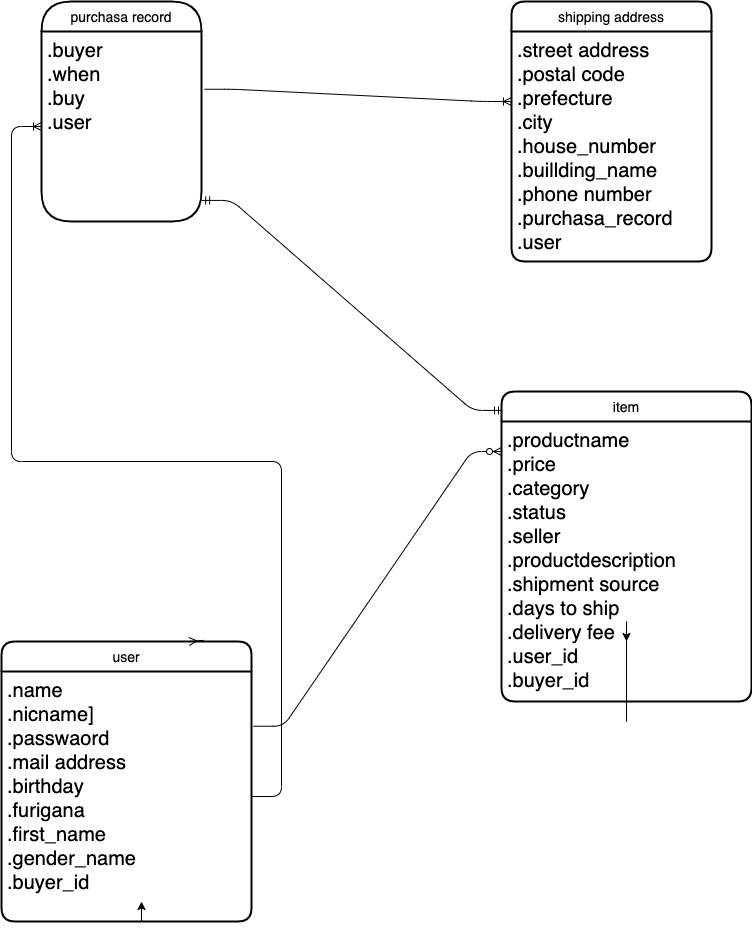
gakigakigakigakigaki/furima-31878 keeps this draw.io diagram as test.drawio.png. Above is the earlier version. Source tidied: cells renumbered, new cells last; positions are measured from the earlier drawing's top-left corner, leaving out a move shared by most shapes.
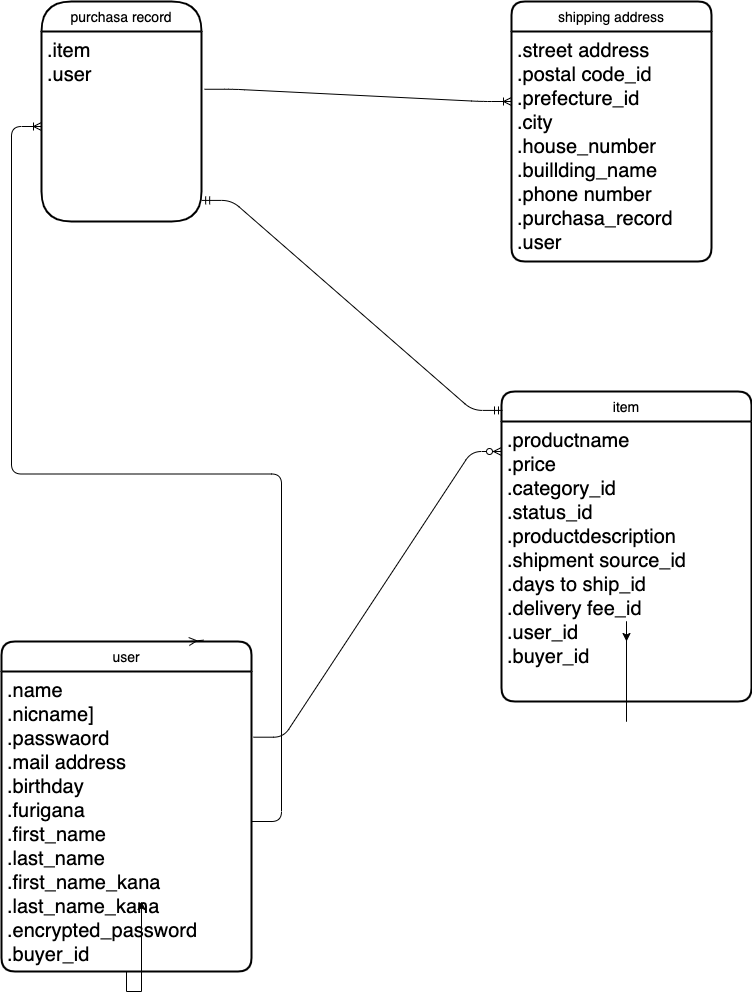
After the change.

Commit message:
テーブルとカラムの修正２

Diff of the diagram source:
```diff
@@ -5,7 +5,7 @@
     <mxCell id="2" value="item" style="swimlane;horizontal=1;startSize=30;rounded=1;fontSize=14;fontStyle=0;strokeWidth=2;shadow=0;dashed=0;align=center;" parent="1" vertex="1">
       <mxGeometry x="500" y="390" width="250" height="310" as="geometry" />
     </mxCell>
-    <mxCell id="3" value=".productname&#10;.price&#10;.category&#10;.status&#10;.seller&#10;.productdescription&#10;.shipment source&#10;.days to ship&#10;.delivery fee&#10;.user_id&#10;.buyer_id&#10;" style="align=left;strokeColor=none;fillColor=none;spacingLeft=4;fontSize=20;verticalAlign=top;" parent="2" vertex="1">
+    <mxCell id="3" value=".productname&#10;.price&#10;.category_id&#10;.status_id&#10;.productdescription&#10;.shipment source_id&#10;.days to ship_id&#10;.delivery fee_id&#10;.user_id&#10;.buyer_id&#10;" style="align=left;strokeColor=none;fillColor=none;spacingLeft=4;fontSize=20;verticalAlign=top;" parent="2" vertex="1">
       <mxGeometry y="30" width="250" height="280" as="geometry" />
     </mxCell>
     <mxCell id="4" style="edgeStyle=orthogonalEdgeStyle;rounded=0;jettySize=auto;html=1;exitX=0.5;exitY=1;exitDx=0;exitDy=0;fontSize=20;" parent="1" edge="1" source="3">
@@ -16,13 +16,13 @@
     <mxCell id="5" value="purchasa record" style="swimlane;horizontal=1;startSize=30;rounded=1;fontSize=14;fontStyle=0;strokeWidth=2;shadow=0;dashed=0;align=center;arcSize=50;" parent="1" vertex="1">
       <mxGeometry x="40" width="160" height="220" as="geometry" />
     </mxCell>
-    <mxCell id="6" value=".buyer&#10;.when&#10;.buy&#10;.user" style="align=left;strokeColor=none;fillColor=none;spacingLeft=4;fontSize=20;verticalAlign=top;" parent="5" vertex="1">
+    <mxCell id="6" value=".item&#10;.user" style="align=left;strokeColor=none;fillColor=none;spacingLeft=4;fontSize=20;verticalAlign=top;" parent="5" vertex="1">
       <mxGeometry y="30" width="160" height="190" as="geometry" />
     </mxCell>
     <mxCell id="7" value="shipping address" style="swimlane;horizontal=1;startSize=30;rounded=1;fontSize=14;fontStyle=0;strokeWidth=2;shadow=0;dashed=0;align=center;" parent="1" vertex="1">
       <mxGeometry x="510" width="200" height="260" as="geometry" />
     </mxCell>
-    <mxCell id="8" value=".street address&#10;.postal code&#10;.prefecture&#10;.city&#10;.house_number&#10;.buillding_name&#10;.phone number&#10;.purchasa_record&#10;.user" style="align=left;strokeColor=none;fillColor=none;spacingLeft=4;fontSize=20;verticalAlign=top;" parent="7" vertex="1">
+    <mxCell id="8" value=".street address&#10;.postal code_id&#10;.prefecture_id&#10;.city&#10;.house_number&#10;.buillding_name&#10;.phone number&#10;.purchasa_record&#10;.user" style="align=left;strokeColor=none;fillColor=none;spacingLeft=4;fontSize=20;verticalAlign=top;" parent="7" vertex="1">
       <mxGeometry y="30" width="200" height="230" as="geometry" />
     </mxCell>
     <mxCell id="9" style="edgeStyle=entityRelationEdgeStyle;fontSize=12;html=1;endArrow=ERzeroToMany;endFill=1;exitX=1.008;exitY=0.219;exitDx=0;exitDy=0;exitPerimeter=0;" parent="1" edge="1" source="11">
@@ -31,10 +31,10 @@
       </mxGeometry>
     </mxCell>
     <mxCell id="10" value="user" style="swimlane;horizontal=1;startSize=30;rounded=1;fontSize=14;fontStyle=0;strokeWidth=2;shadow=0;dashed=0;align=center;" parent="1" vertex="1">
-      <mxGeometry y="640" width="250" height="280" as="geometry" />
+      <mxGeometry y="640" width="250" height="330" as="geometry" />
     </mxCell>
-    <mxCell id="11" value=".name&#10;.nicname]&#10;.passwaord&#10;.mail address&#10;.birthday&#10;.furigana&#10;.first_name&#10;.gender_name&#10;.buyer_id" style="align=left;strokeColor=none;fillColor=none;spacingLeft=4;fontSize=20;verticalAlign=top;" parent="10" vertex="1">
-      <mxGeometry y="30" width="250" height="250" as="geometry" />
+    <mxCell id="11" value=".name&#10;.nicname]&#10;.passwaord&#10;.mail address&#10;.birthday&#10;.furigana&#10;.first_name&#10;.last_name&#10;.first_name_kana&#10;.last_name_kana&#10;.encrypted_password&#10;.buyer_id" style="align=left;strokeColor=none;fillColor=none;spacingLeft=4;fontSize=20;verticalAlign=top;" parent="10" vertex="1">
+      <mxGeometry y="30" width="250" height="300" as="geometry" />
     </mxCell>
     <mxCell id="12" style="edgeStyle=entityRelationEdgeStyle;fontSize=12;html=1;endArrow=ERmany;entryX=0.75;entryY=0;entryDx=0;entryDy=0;exitX=0.808;exitY=-0.004;exitDx=0;exitDy=0;exitPerimeter=0;" parent="1" edge="1" source="10" target="10">
       <mxGeometry relative="1" as="geometry" />
```
